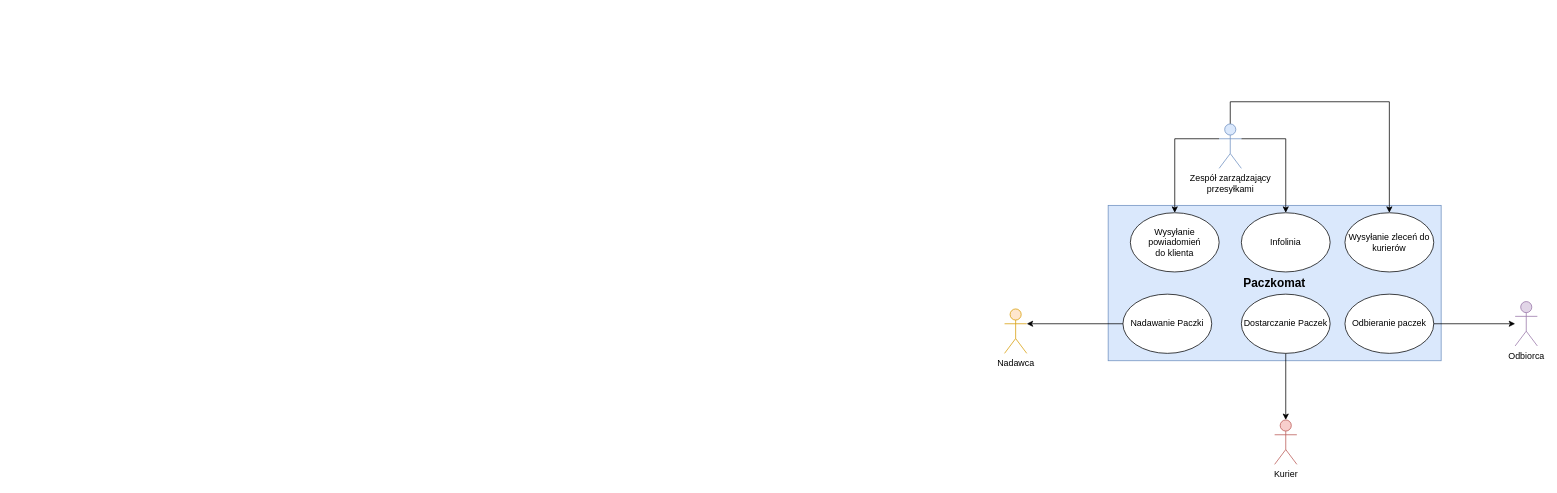
The draw.io diagram diagram.drawio in mardyr/UML-and-diagrams, before the edit. Source tidied: cells renumbered, new cells numbered last; positions are measured from the earlier drawing's top-left corner, leaving out a move shared by most shapes. Both pictures are drawn from the tidied source at 74%, with x=0, y=0 at pixel (1004, 101).
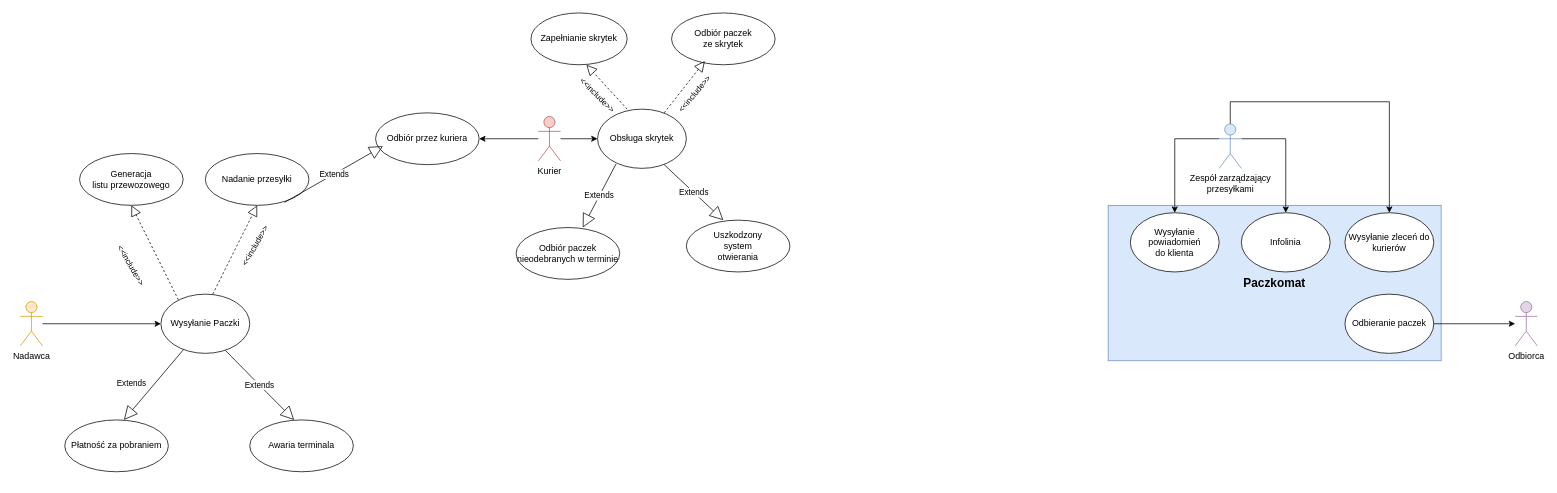
After the change.

Change to the diagram source:
```diff
@@
+    <mxCell id="19" style="edgeStyle=orthogonalEdgeStyle;rounded=0;jettySize=auto;html=1;" parent="1" edge="1" source="4" target="7">
+      <mxGeometry relative="1" as="geometry" />
+    </mxCell>
     <mxCell id="4" value="Nadawca" style="shape=umlActor;verticalLabelPosition=bottom;verticalAlign=top;html=1;outlineConnect=0;fillColor=#ffe6cc;strokeColor=#d79b00;" parent="1" vertex="1">
-      <mxGeometry y="280" width="30" height="60" as="geometry" />
+      <mxGeometry x="-1330" y="270" width="30" height="60" as="geometry" />
     </mxCell>
+    <mxCell id="20" style="edgeStyle=orthogonalEdgeStyle;rounded=0;jettySize=auto;html=1;entryX=1;entryY=0.5;entryDx=0;entryDy=0;" parent="1" edge="1" source="5" target="30">
+      <mxGeometry relative="1" as="geometry" />
+    </mxCell>
+    <mxCell id="21" style="edgeStyle=orthogonalEdgeStyle;rounded=0;jettySize=auto;html=1;entryX=0;entryY=0.5;entryDx=0;entryDy=0;" parent="1" edge="1" source="5" target="9">
+      <mxGeometry relative="1" as="geometry" />
+    </mxCell>
     <mxCell id="5" value="Kurier" style="shape=umlActor;verticalLabelPosition=bottom;verticalAlign=top;html=1;outlineConnect=0;fillColor=#f8cecc;strokeColor=#b85450;" parent="1" vertex="1">
-      <mxGeometry x="365" y="430" width="30" height="60" as="geometry" />
+      <mxGeometry x="-630" y="20" width="30" height="60" as="geometry" />
     </mxCell>
-    <mxCell id="6" style="edgeStyle=orthogonalEdgeStyle;rounded=0;jettySize=auto;html=1;fontSize=12;entryX=1;entryY=0.3333333333333333;entryDx=0;entryDy=0;entryPerimeter=0;" parent="1" edge="1" source="7" target="4">
-      <mxGeometry relative="1" as="geometry" />
-    </mxCell>
-    <mxCell id="7" value="Nadawanie Paczki" style="ellipse;whiteSpace=wrap;html=1;" parent="1" vertex="1">
-      <mxGeometry x="160" y="260" width="120" height="80" as="geometry" />
+    <mxCell id="7" value="Wysyłanie Paczki" style="ellipse;whiteSpace=wrap;html=1;" parent="1" vertex="1">
+      <mxGeometry x="-1140" y="260" width="120" height="80" as="geometry" />
     </mxCell>
-    <mxCell id="8" style="edgeStyle=orthogonalEdgeStyle;rounded=0;jettySize=auto;html=1;fontSize=12;" parent="1" edge="1" source="9" target="5">
-      <mxGeometry relative="1" as="geometry" />
-    </mxCell>
-    <mxCell id="9" value="Dostarczanie Paczek" style="ellipse;whiteSpace=wrap;html=1;strokeWidth=1;fontSize=12;" parent="1" vertex="1">
-      <mxGeometry x="320" y="260" width="120" height="80" as="geometry" />
+    <mxCell id="9" value="Obsługa skrytek" style="ellipse;whiteSpace=wrap;html=1;strokeWidth=1;fontSize=12;" parent="1" vertex="1">
+      <mxGeometry x="-550" y="10" width="120" height="80" as="geometry" />
     </mxCell>
@@
+    <mxCell id="22" style="endArrow=block;dashed=1;endFill=0;endSize=12;html=1;exitX=0.5;exitY=0;exitDx=0;exitDy=0;entryX=0.5;entryY=1;entryDx=0;entryDy=0;" parent="1" edge="1" target="24">
+      <mxGeometry relative="1" as="geometry">
+        <mxPoint x="-1116.5" y="267.6" as="sourcePoint" />
+      </mxGeometry>
+    </mxCell>
+    <mxCell id="23" value="&amp;lt;&amp;lt;include&amp;gt;&amp;gt;" style="edgeLabel;html=1;align=center;verticalAlign=middle;rotation=60;" parent="22" vertex="1">
+      <mxGeometry x="-0.2" y="2" relative="1" as="geometry">
+        <mxPoint x="-36.3" y="2.5" as="offset" />
+      </mxGeometry>
+    </mxCell>
+    <mxCell id="24" value="&lt;div&gt;Generacja &lt;br&gt;&lt;/div&gt;&lt;div&gt;listu przewozowego&lt;br&gt;&lt;/div&gt;" style="ellipse;whiteSpace=wrap;html=1;" parent="1" vertex="1">
+      <mxGeometry x="-1250" y="70" width="140" height="70" as="geometry" />
+    </mxCell>
+    <mxCell id="25" value="Extends" style="endArrow=block;endSize=16;endFill=0;html=1;" parent="1" edge="1" source="7">
+      <mxGeometry x="0.28" y="-25" relative="1" as="geometry">
+        <mxPoint x="-1190" y="430" as="targetPoint" />
+      </mxGeometry>
+    </mxCell>
+    <mxCell id="26" style="endArrow=block;dashed=1;endFill=0;endSize=12;html=1;entryX=0.5;entryY=1;entryDx=0;entryDy=0;" parent="1" edge="1" target="27">
+      <mxGeometry relative="1" as="geometry">
+        <mxPoint x="-1070" y="260" as="sourcePoint" />
+      </mxGeometry>
+    </mxCell>
+    <mxCell id="27" value="Nadanie przesyłki" style="ellipse;whiteSpace=wrap;html=1;" parent="1" vertex="1">
+      <mxGeometry x="-1080" y="70" width="140" height="70" as="geometry" />
+    </mxCell>
+    <mxCell id="28" value="&amp;lt;&amp;lt;include&amp;gt;&amp;gt;" style="edgeLabel;html=1;align=center;verticalAlign=middle;rotation=-60;" parent="1" vertex="1">
+      <mxGeometry x="-860" y="320" as="geometry">
+        <mxPoint x="31.4" y="-195.5" as="offset" />
+      </mxGeometry>
+    </mxCell>
+    <mxCell id="29" value="Płatność za pobraniem" style="ellipse;whiteSpace=wrap;html=1;" parent="1" vertex="1">
+      <mxGeometry x="-1270" y="430" width="140" height="70" as="geometry" />
+    </mxCell>
+    <mxCell id="30" value="Odbiór przez kuriera" style="ellipse;whiteSpace=wrap;html=1;" parent="1" vertex="1">
+      <mxGeometry x="-850" y="15" width="140" height="70" as="geometry" />
+    </mxCell>
+    <mxCell id="31" value="Extends" style="endArrow=block;endSize=16;endFill=0;html=1;exitX=0.764;exitY=0.943;exitDx=0;exitDy=0;exitPerimeter=0;" parent="1" edge="1" source="27">
+      <mxGeometry relative="1" as="geometry">
+        <mxPoint x="-840" y="60" as="targetPoint" />
+      </mxGeometry>
+    </mxCell>
+    <mxCell id="32" value="Awaria terminala" style="ellipse;whiteSpace=wrap;html=1;" parent="1" vertex="1">
+      <mxGeometry x="-1020" y="430" width="140" height="70" as="geometry" />
+    </mxCell>
+    <mxCell id="33" value="Extends" style="endArrow=block;endSize=16;endFill=0;html=1;exitX=0.725;exitY=0.95;exitDx=0;exitDy=0;exitPerimeter=0;" parent="1" edge="1" source="7">
+      <mxGeometry relative="1" as="geometry">
+        <mxPoint x="-960" y="430" as="targetPoint" />
+        <Array as="points">
+          <mxPoint x="-990" y="400" />
+        </Array>
+      </mxGeometry>
+    </mxCell>
+    <mxCell id="34" value="Zapełnianie skrytek" style="ellipse;whiteSpace=wrap;html=1;" parent="1" vertex="1">
+      <mxGeometry x="-640" y="-120" width="130" height="70" as="geometry" />
+    </mxCell>
+    <mxCell id="35" value="&lt;div&gt;Odbiór paczek &lt;br&gt;&lt;/div&gt;&lt;div&gt;ze skrytek&lt;/div&gt;" style="ellipse;whiteSpace=wrap;html=1;" parent="1" vertex="1">
+      <mxGeometry x="-450" y="-120" width="140" height="70" as="geometry" />
+    </mxCell>
+    <mxCell id="36" style="endArrow=block;dashed=1;endFill=0;endSize=12;html=1;" parent="1" edge="1">
+      <mxGeometry relative="1" as="geometry">
+        <mxPoint x="-510" y="10" as="sourcePoint" />
+        <mxPoint x="-565" y="-50" as="targetPoint" />
+      </mxGeometry>
+    </mxCell>
+    <mxCell id="37" value="&amp;lt;&amp;lt;include&amp;gt;&amp;gt;" style="edgeLabel;html=1;align=center;verticalAlign=middle;rotation=45;" parent="36" vertex="1">
+      <mxGeometry x="-0.32" relative="1" as="geometry">
+        <mxPoint x="-21.1" y="0.6" as="offset" />
+      </mxGeometry>
+    </mxCell>
+    <mxCell id="38" style="endArrow=block;dashed=1;endFill=0;endSize=12;html=1;" parent="1" edge="1">
+      <mxGeometry relative="1" as="geometry">
+        <mxPoint x="-460" y="15" as="sourcePoint" />
+        <mxPoint x="-405" y="-55" as="targetPoint" />
+      </mxGeometry>
+    </mxCell>
+    <mxCell id="39" value="&amp;lt;&amp;lt;include&amp;gt;&amp;gt;" style="edgeLabel;html=1;align=center;verticalAlign=middle;rotation=-50;" parent="38" vertex="1">
+      <mxGeometry x="0.35" y="-2" relative="1" as="geometry">
+        <mxPoint x="1.4" y="20.9" as="offset" />
+      </mxGeometry>
+    </mxCell>
+    <mxCell id="40" value="Extends" style="endArrow=block;endSize=16;endFill=0;html=1;exitX=0.208;exitY=0.925;exitDx=0;exitDy=0;exitPerimeter=0;" parent="1" edge="1" source="9">
+      <mxGeometry relative="1" as="geometry">
+        <mxPoint x="-570" y="170" as="targetPoint" />
+      </mxGeometry>
+    </mxCell>
+    <mxCell id="41" value="&lt;div&gt;Odbiór paczek&lt;/div&gt;&lt;div&gt;nieodebranych w terminie&lt;br&gt;&lt;/div&gt;" style="ellipse;whiteSpace=wrap;html=1;" parent="1" vertex="1">
+      <mxGeometry x="-660" y="170" width="140" height="70" as="geometry" />
+    </mxCell>
+    <mxCell id="42" value="Extends" style="endArrow=block;endSize=16;endFill=0;html=1;" parent="1" edge="1">
+      <mxGeometry relative="1" as="geometry">
+        <mxPoint x="-460" y="85" as="sourcePoint" />
+        <mxPoint x="-380" y="160" as="targetPoint" />
+      </mxGeometry>
+    </mxCell>
+    <mxCell id="43" value="&lt;div&gt;Uszkodzony &lt;br&gt;&lt;/div&gt;&lt;div&gt;system &lt;br&gt;&lt;/div&gt;&lt;div&gt;otwierania&lt;br&gt;&lt;/div&gt;" style="ellipse;whiteSpace=wrap;html=1;" parent="1" vertex="1">
+      <mxGeometry x="-430" y="160" width="140" height="70" as="geometry" />
+    </mxCell>
```
